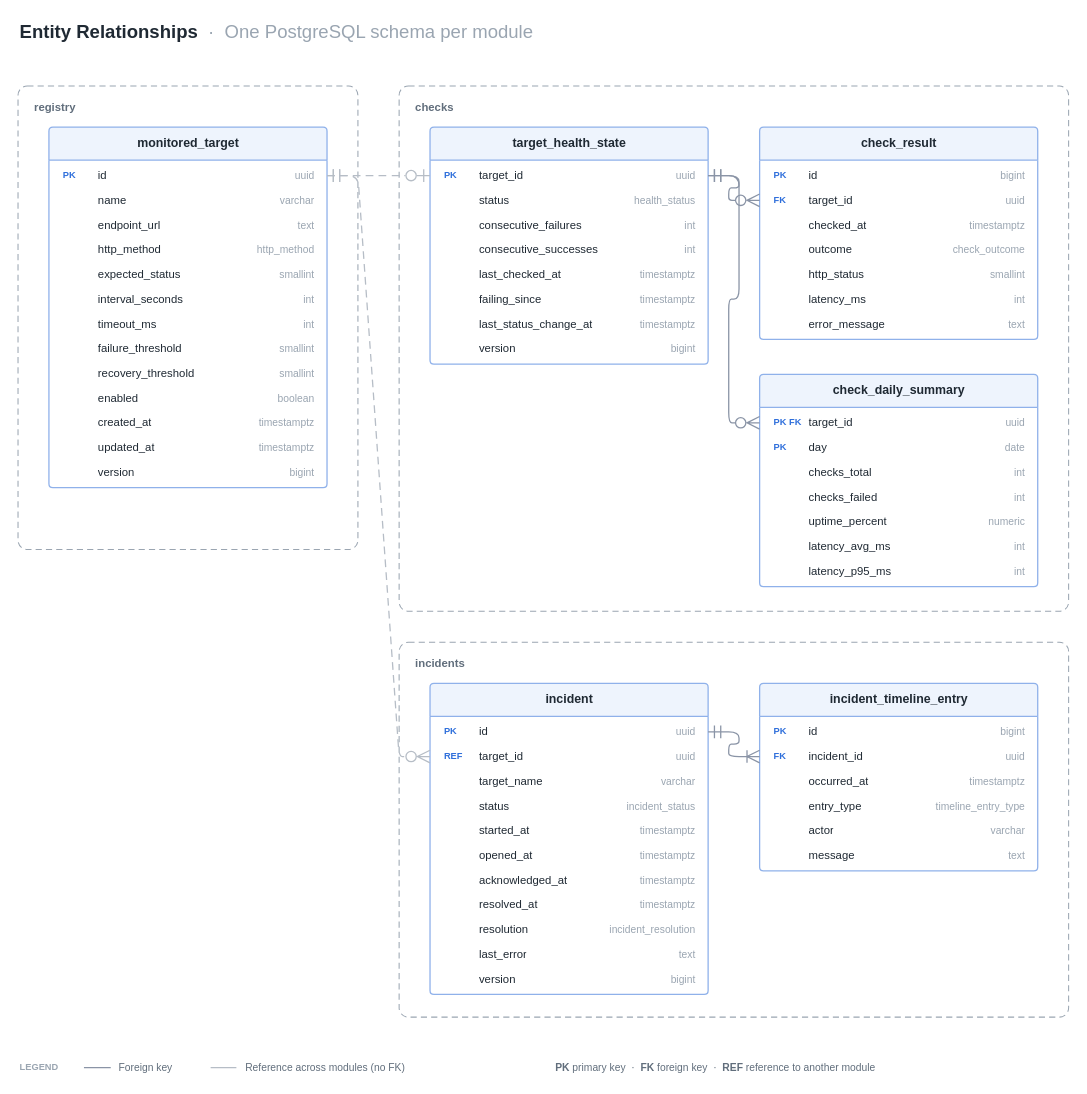
This is docs/architecture/04-erd.drawio from nebadesmondc/pulsiris, a draw.io file, before an edit. Source tidied: cells renumbered, new cells numbered last; positions are measured from the earlier drawing's top-left corner, leaving out a move shared by most shapes. Both pictures are drawn from the tidied source at 103%, with x=0, y=0 at pixel (18, 18).
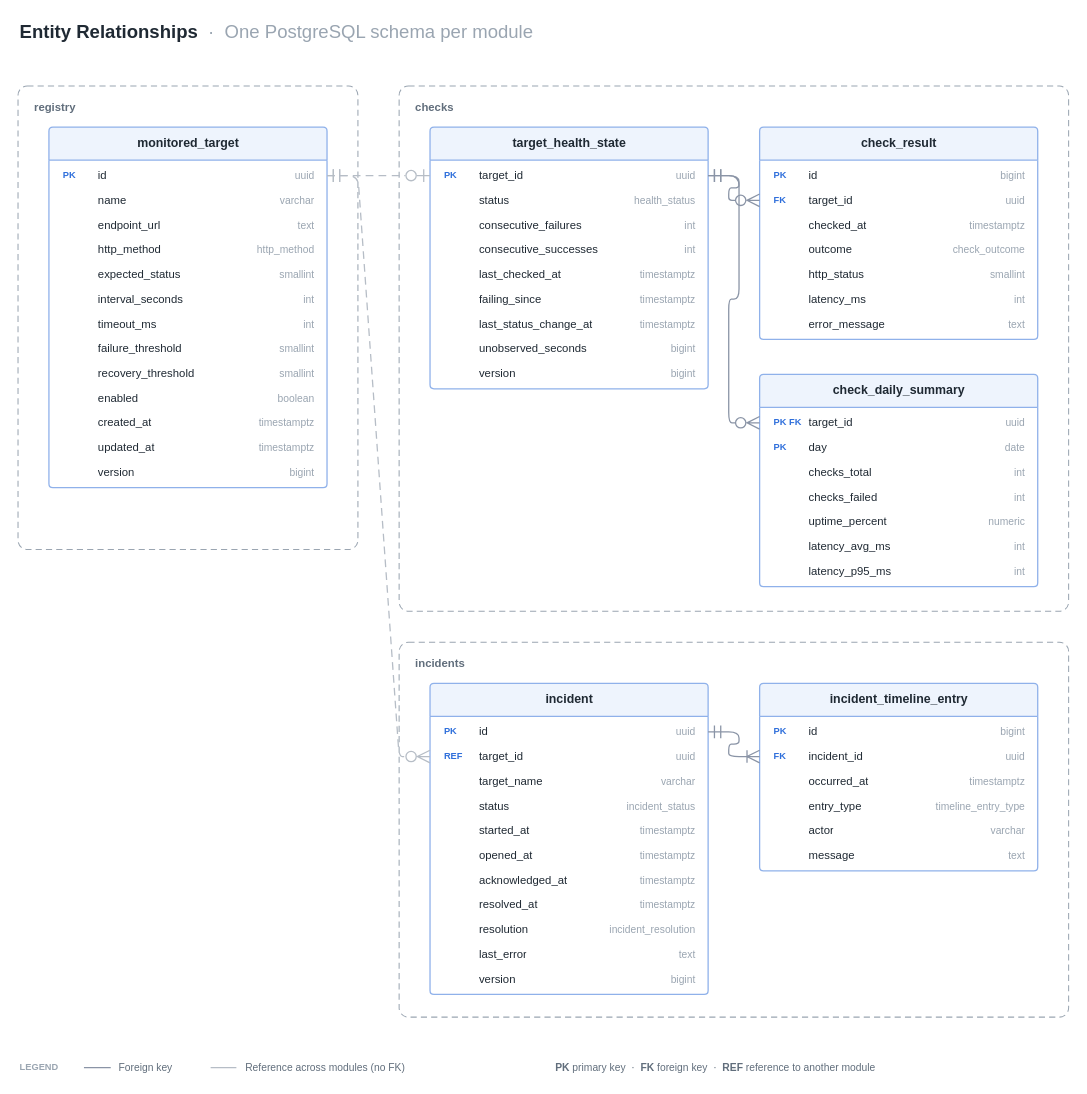
Above is the later version.

Commit message (it also covers changes not shown here):
Document monitoring gaps

Change to the diagram source:
```diff
@@
     <mxCell id="34" value="target_health_state" style="fontFamily=Helvetica;swimlane;horizontal=1;startSize=32;html=1;fontSize=12;fontStyle=1;fontColor=#1F2933;fillColor=#EEF4FD;strokeColor=#8FB1EA;swimlaneFillColor=#FFFFFF;strokeWidth=1.25;rounded=1;arcSize=4;" parent="1" vertex="1">
-      <mxGeometry x="400" y="106" width="270" height="230" as="geometry" />
+      <mxGeometry x="400" y="106" width="270" height="254" as="geometry" />
     </mxCell>
@@
     <mxCell id="48" value="version" style="fontFamily=Helvetica;text;html=1;strokeColor=none;fillColor=none;align=left;verticalAlign=middle;spacingLeft=10;spacingRight=10;overflow=hidden;fontSize=11;spacingLeft=46;fontColor=#1F2933;" parent="34" vertex="1">
-      <mxGeometry y="203" width="270" height="24" as="geometry" />
+      <mxGeometry y="227" width="270" height="24" as="geometry" />
     </mxCell>
     <mxCell id="49" value="bigint" style="fontFamily=Helvetica;text;html=1;align=left;verticalAlign=middle;whiteSpace=wrap;strokeColor=none;fillColor=none;fontColor=#616E7C;fontSize=11;fontSize=10;align=right;fontColor=#9AA5B1;" parent="34" vertex="1">
-      <mxGeometry x="140" y="203" width="120" height="24" as="geometry" />
+      <mxGeometry x="140" y="227" width="120" height="24" as="geometry" />
     </mxCell>
+    <mxCell id="137" value="unobserved_seconds" style="fontFamily=Helvetica;text;html=1;strokeColor=none;fillColor=none;align=left;verticalAlign=middle;spacingLeft=10;spacingRight=10;overflow=hidden;fontSize=11;spacingLeft=46;fontColor=#1F2933;" parent="34" vertex="1">
+      <mxGeometry y="203" width="270" height="24" as="geometry" />
+    </mxCell>
+    <mxCell id="138" value="bigint" style="fontFamily=Helvetica;text;html=1;align=left;verticalAlign=middle;whiteSpace=wrap;strokeColor=none;fillColor=none;fontColor=#616E7C;fontSize=11;fontSize=10;align=right;fontColor=#9AA5B1;" parent="34" vertex="1">
+      <mxGeometry x="140" y="203" width="120" height="24" as="geometry" />
+    </mxCell>
```
